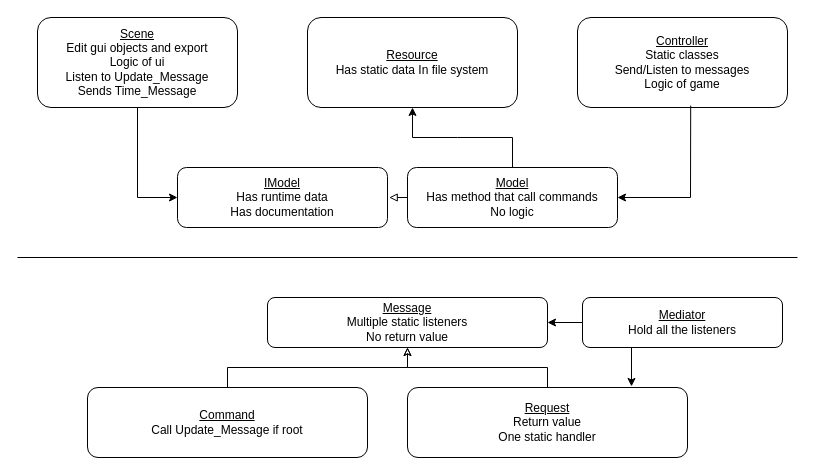
Before: Architecture.drawio in kipikipoddev/Godot_Demo, a draw.io diagram. Source tidied: cells renumbered, new cells numbered last; positions are measured from the earlier drawing's top-left corner, leaving out a move shared by most shapes. Both pictures are drawn from the tidied source at 100%, with x=0, y=0 at pixel (17, 17).
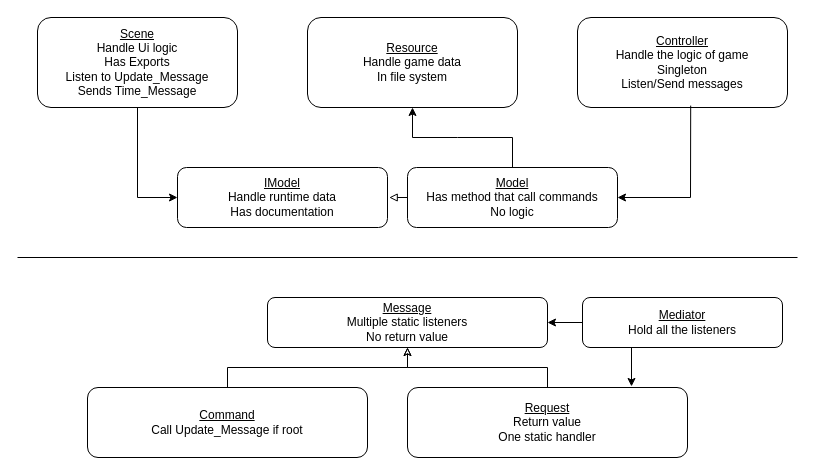
The same page after the edit.

The edit, as a diff of the source:
```diff
@@
-    <mxCell id="2" value="&lt;u&gt;Scene&lt;/u&gt;&lt;div&gt;Edit gui objects and export&lt;/div&gt;&lt;div&gt;Logic of ui&lt;/div&gt;&lt;div&gt;Listen to Update_Message&lt;/div&gt;&lt;div&gt;Sends Time_Message&lt;/div&gt;" style="rounded=1;whiteSpace=wrap;html=1;" parent="1" vertex="1">
+    <mxCell id="2" value="&lt;u&gt;Scene&lt;/u&gt;&lt;div&gt;Handle Ui logic&lt;br&gt;&lt;/div&gt;&lt;div&gt;&lt;span style=&quot;background-color: initial;&quot;&gt;Has Exports&lt;/span&gt;&lt;/div&gt;&lt;div&gt;&lt;span style=&quot;background-color: initial;&quot;&gt;Listen to Update_Message&lt;/span&gt;&lt;br&gt;&lt;/div&gt;&lt;div&gt;Sends Time_Message&lt;/div&gt;" style="rounded=1;whiteSpace=wrap;html=1;" parent="1" vertex="1">
       <mxGeometry x="20" width="200" height="90" as="geometry" />
     </mxCell>
@@
-    <mxCell id="4" value="&lt;u&gt;Controller&lt;/u&gt;&lt;div&gt;Static classes&lt;/div&gt;&lt;div&gt;Send/Listen to messages&lt;/div&gt;&lt;div&gt;Logic of game&lt;/div&gt;" style="rounded=1;whiteSpace=wrap;html=1;" parent="1" vertex="1">
+    <mxCell id="4" value="&lt;u&gt;Controller&lt;/u&gt;&lt;div&gt;Handle the logic of game&lt;u&gt;&lt;br&gt;&lt;/u&gt;&lt;div&gt;&lt;span style=&quot;background-color: initial;&quot;&gt;Singleton&lt;/span&gt;&lt;/div&gt;&lt;div&gt;&lt;span style=&quot;background-color: initial;&quot;&gt;Listen/&lt;/span&gt;&lt;span style=&quot;background-color: initial;&quot;&gt;Send messages&lt;/span&gt;&lt;/div&gt;&lt;/div&gt;" style="rounded=1;whiteSpace=wrap;html=1;" parent="1" vertex="1">
       <mxGeometry x="560" width="210" height="90" as="geometry" />
     </mxCell>
-    <mxCell id="5" value="&lt;u&gt;Resource&lt;/u&gt;&lt;div&gt;&lt;span style=&quot;background-color: initial;&quot;&gt;Has static data&amp;nbsp;&lt;/span&gt;&lt;span style=&quot;background-color: initial;&quot;&gt;In file system&lt;/span&gt;&lt;/div&gt;" style="rounded=1;whiteSpace=wrap;html=1;" parent="1" vertex="1">
+    <mxCell id="5" value="&lt;u&gt;Resource&lt;/u&gt;&lt;div&gt;Handle game data&lt;/div&gt;&lt;div&gt;&lt;span style=&quot;background-color: initial;&quot;&gt;In file system&lt;/span&gt;&lt;/div&gt;" style="rounded=1;whiteSpace=wrap;html=1;" parent="1" vertex="1">
       <mxGeometry x="290" width="210" height="90" as="geometry" />
     </mxCell>
@@
-    <mxCell id="14" value="&lt;u&gt;IModel&lt;/u&gt;&lt;div&gt;&lt;div&gt;Has&amp;nbsp;&lt;span style=&quot;background-color: initial;&quot;&gt;runtime&amp;nbsp;&lt;/span&gt;&lt;span style=&quot;background-color: initial;&quot;&gt;data&lt;/span&gt;&lt;/div&gt;&lt;/div&gt;&lt;div&gt;&lt;span style=&quot;background-color: initial;&quot;&gt;Has documentation&lt;/span&gt;&lt;/div&gt;" style="rounded=1;whiteSpace=wrap;html=1;" parent="1" vertex="1">
+    <mxCell id="14" value="&lt;u&gt;IModel&lt;/u&gt;&lt;div&gt;&lt;div&gt;&lt;span style=&quot;background-color: initial;&quot;&gt;Handle&lt;/span&gt;&lt;span style=&quot;background-color: initial;&quot;&gt;&amp;nbsp;&lt;/span&gt;&lt;span style=&quot;background-color: initial;&quot;&gt;runtime&amp;nbsp;&lt;/span&gt;&lt;span style=&quot;background-color: initial;&quot;&gt;data&lt;/span&gt;&lt;/div&gt;&lt;/div&gt;&lt;div&gt;&lt;span style=&quot;background-color: initial;&quot;&gt;Has documentation&lt;/span&gt;&lt;/div&gt;" style="rounded=1;whiteSpace=wrap;html=1;" parent="1" vertex="1">
       <mxGeometry x="160" y="150" width="210" height="60" as="geometry" />
     </mxCell>
```
